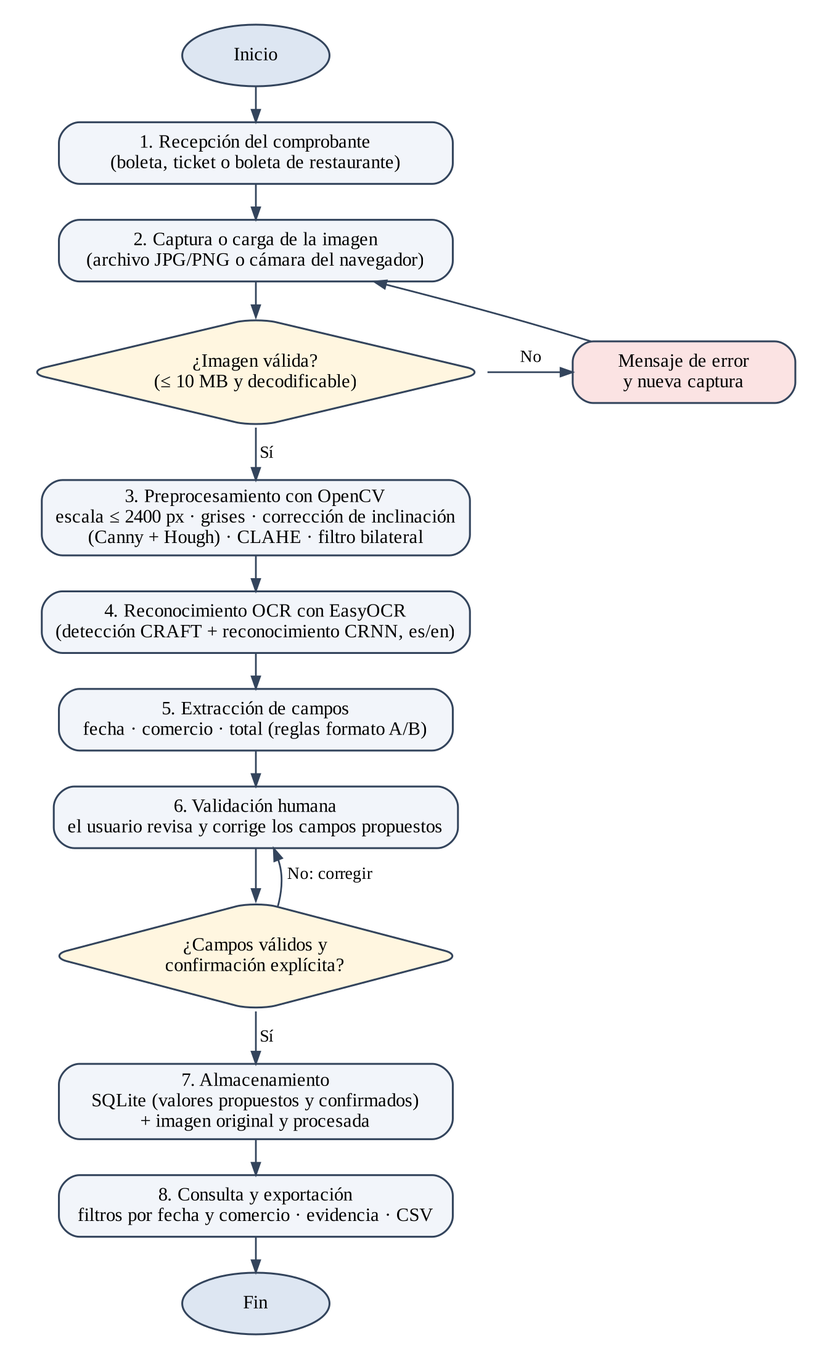
The Graphviz diagram experimentos/diagramas/flujo_proceso.png in mort1zr/Boletas_Digitalizador, before a commit. Its source is kept beside it as experimentos/diagramas/flujo_proceso.dot. Source of this version:
```dot
digraph G {
  graph [rankdir=TB, fontname="Liberation Serif", nodesep=0.35, ranksep=0.28, dpi=200, pad=0.2];
  node  [fontname="Liberation Serif", fontsize=11, shape=box, style="rounded,filled", fillcolor="#F2F5FA", color="#33445C", penwidth=1.1, width=3.2];
  edge  [fontname="Liberation Serif", fontsize=10, color="#33445C", arrowsize=0.7];
  ini  [label="Inicio", shape=oval, fillcolor="#DDE6F2", width=1.2];
  e1   [label="1. Recepción del comprobante\n(boleta, ticket o boleta de restaurante)"];
  e2   [label="2. Captura o carga de la imagen\n(archivo JPG/PNG o cámara del navegador)"];
  v1   [label="¿Imagen válida?\n(≤ 10 MB y decodificable)", shape=diamond, fillcolor="#FFF6E0", width=2.6];
  err  [label="Mensaje de error\ny nueva captura", fillcolor="#FBE3E3", width=1.8];
  e3   [label="3. Preprocesamiento con OpenCV\nescala ≤ 2400 px · grises · corrección de inclinación\n(Canny + Hough) · CLAHE · filtro bilateral"];
  e4   [label="4. Reconocimiento OCR con EasyOCR\n(detección CRAFT + reconocimiento CRNN, es/en)"];
  e5   [label="5. Extracción de campos\nfecha · comercio · total (reglas formato A/B)"];
  e6   [label="6. Validación humana\nel usuario revisa y corrige los campos propuestos"];
  v2   [label="¿Campos válidos y\nconfirmación explícita?", shape=diamond, fillcolor="#FFF6E0", width=2.6];
  e7   [label="7. Almacenamiento\nSQLite (valores propuestos y confirmados)\n+ imagen original y procesada"];
  e8   [label="8. Consulta y exportación\nfiltros por fecha y comercio · evidencia · CSV"];
  fin  [label="Fin", shape=oval, fillcolor="#DDE6F2", width=1.2];
  ini -> e1 -> e2 -> v1;
  v1 -> err [label=" No"]; err -> e2 [constraint=false];
  v1 -> e3 [label=" Sí"];
  e3 -> e4 -> e5 -> e6 -> v2;
  v2 -> e6 [label=" No: corregir", constraint=false];
  v2 -> e7 [label=" Sí"];
  e7 -> e8 -> fin;
  {rank=same; v1; err}
}
```
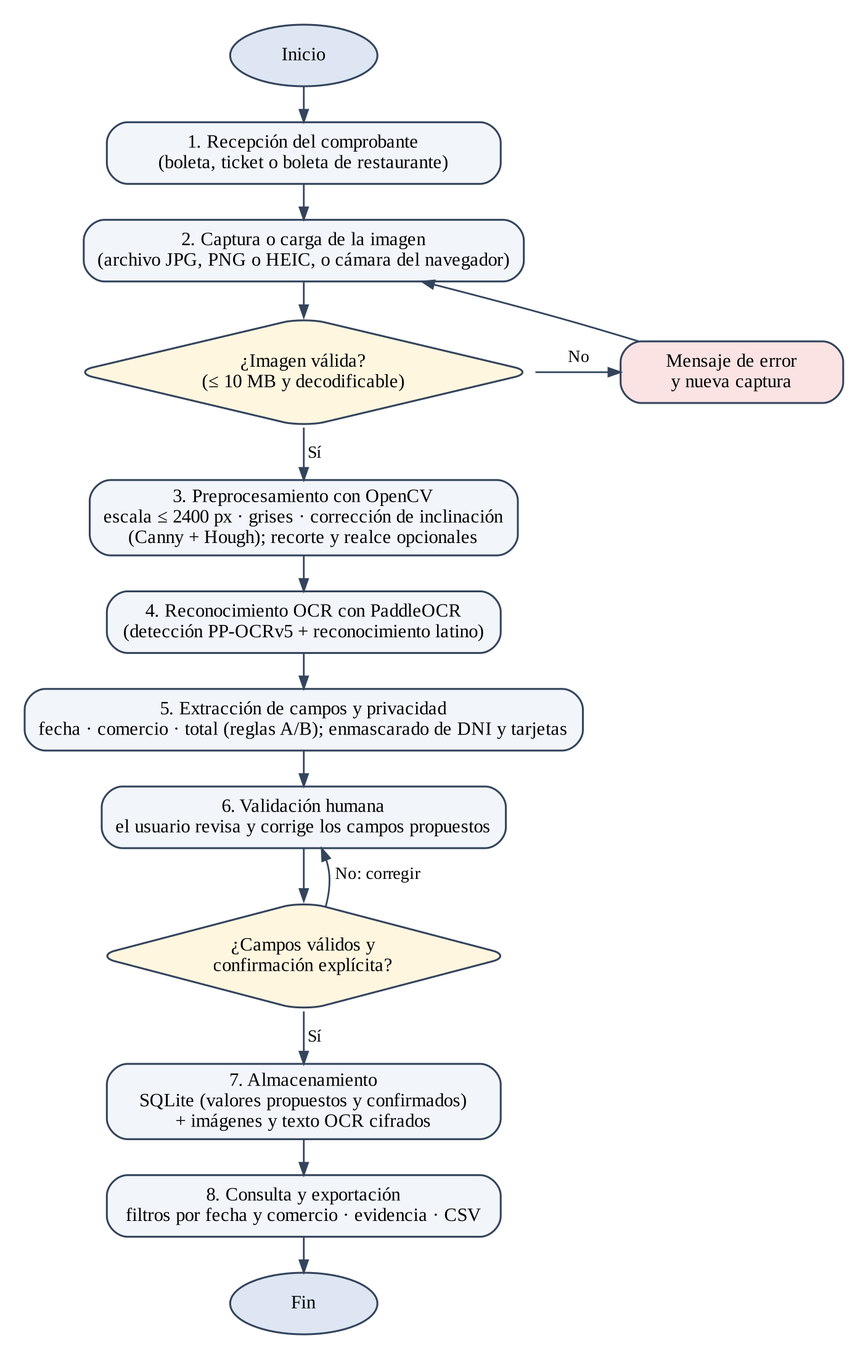
Above is the later version.

Commit message:
Datos: cinco boletas reales nuevas anonimizadas (R7 a R11); diagramas actualizados a PaddleOCR

Diff of the diagram source:
```diff
@@ -4,15 +4,15 @@
   edge  [fontname="Liberation Serif", fontsize=10, color="#33445C", arrowsize=0.7];
   ini  [label="Inicio", shape=oval, fillcolor="#DDE6F2", width=1.2];
   e1   [label="1. Recepción del comprobante\n(boleta, ticket o boleta de restaurante)"];
-  e2   [label="2. Captura o carga de la imagen\n(archivo JPG/PNG o cámara del navegador)"];
+  e2   [label="2. Captura o carga de la imagen\n(archivo JPG, PNG o HEIC, o cámara del navegador)"];
   v1   [label="¿Imagen válida?\n(≤ 10 MB y decodificable)", shape=diamond, fillcolor="#FFF6E0", width=2.6];
   err  [label="Mensaje de error\ny nueva captura", fillcolor="#FBE3E3", width=1.8];
-  e3   [label="3. Preprocesamiento con OpenCV\nescala ≤ 2400 px · grises · corrección de inclinación\n(Canny + Hough) · CLAHE · filtro bilateral"];
-  e4   [label="4. Reconocimiento OCR con EasyOCR\n(detección CRAFT + reconocimiento CRNN, es/en)"];
-  e5   [label="5. Extracción de campos\nfecha · comercio · total (reglas formato A/B)"];
+  e3   [label="3. Preprocesamiento con OpenCV\nescala ≤ 2400 px · grises · corrección de inclinación\n(Canny + Hough); recorte y realce opcionales"];
+  e4   [label="4. Reconocimiento OCR con PaddleOCR\n(detección PP-OCRv5 + reconocimiento latino)"];
+  e5   [label="5. Extracción de campos y privacidad\nfecha · comercio · total (reglas A/B); enmascarado de DNI y tarjetas"];
   e6   [label="6. Validación humana\nel usuario revisa y corrige los campos propuestos"];
   v2   [label="¿Campos válidos y\nconfirmación explícita?", shape=diamond, fillcolor="#FFF6E0", width=2.6];
-  e7   [label="7. Almacenamiento\nSQLite (valores propuestos y confirmados)\n+ imagen original y procesada"];
+  e7   [label="7. Almacenamiento\nSQLite (valores propuestos y confirmados)\n+ imágenes y texto OCR cifrados"];
   e8   [label="8. Consulta y exportación\nfiltros por fecha y comercio · evidencia · CSV"];
   fin  [label="Fin", shape=oval, fillcolor="#DDE6F2", width=1.2];
   ini -> e1 -> e2 -> v1;
```
